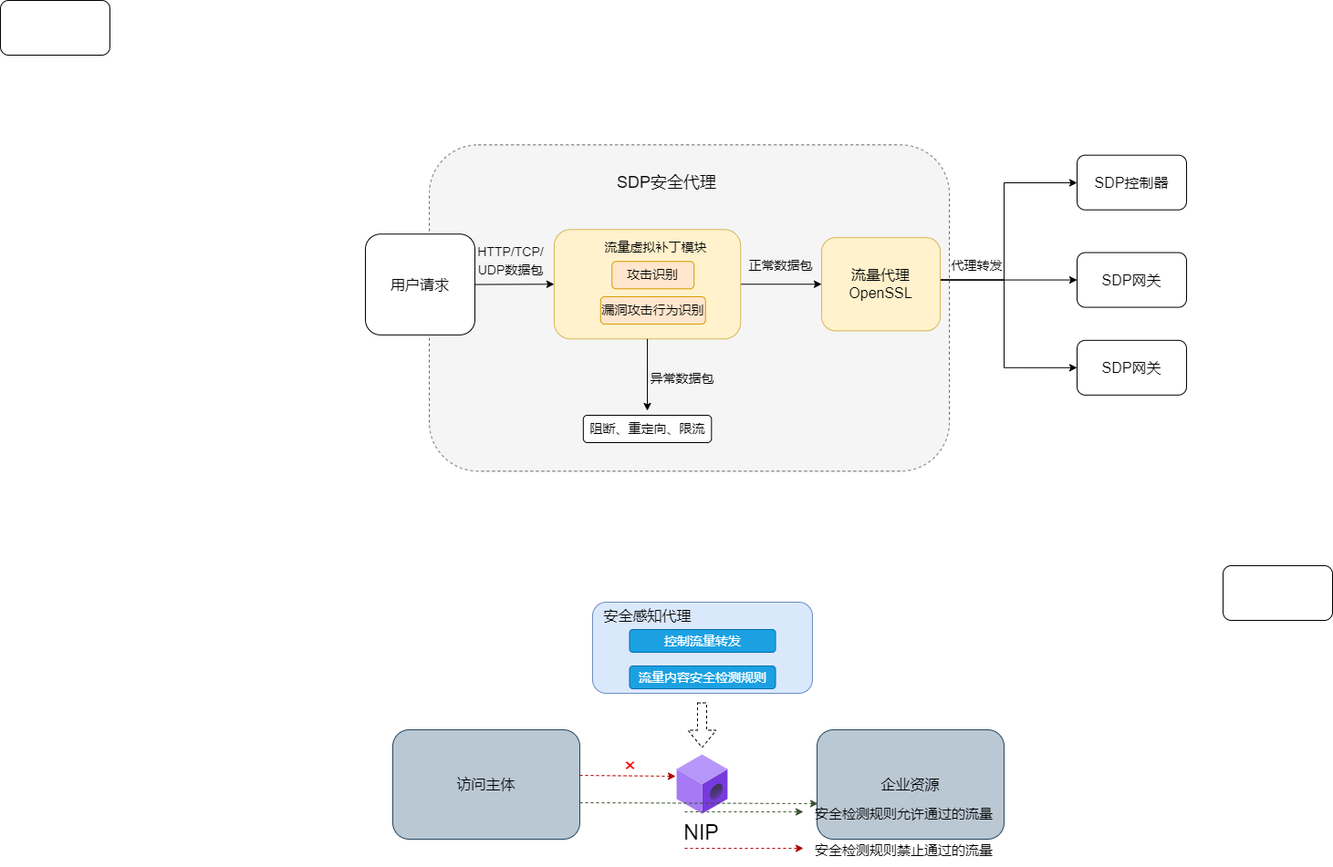
Above: testDirectory/虚拟补丁.drawio.png in Moose1273/- (draw.io), before the change. Source tidied: cells renumbered, new cells last; positions are measured from the earlier drawing's top-left corner, leaving out a move shared by most shapes.
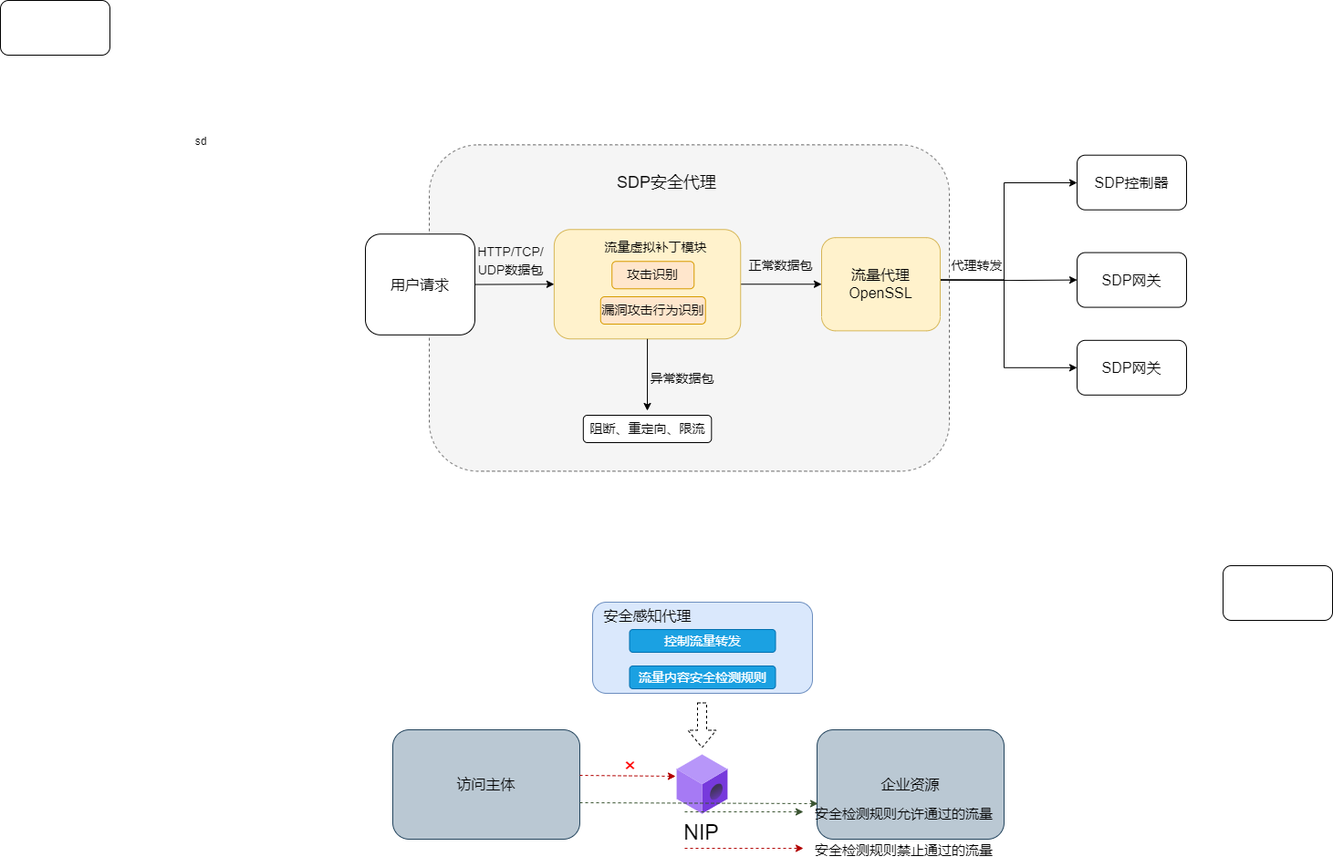
Later version of the same file.

Commit message:
更新虚拟补丁.drawio.png

What changed in the source:
```diff
@@ -152,5 +152,8 @@
     <mxCell id="41" value="&lt;font style=&quot;font-size: 14px;&quot;&gt;代理转发&lt;/font&gt;" style="text;html=1;align=center;verticalAlign=middle;strokeColor=none;fillColor=none;" parent="1" vertex="1">
       <mxGeometry x="1030" y="276.3" width="80" height="30" as="geometry" />
     </mxCell>
+    <mxCell id="42" value="sd" style="text;strokeColor=none;align=center;fillColor=none;html=1;verticalAlign=middle;whiteSpace=wrap;rounded=0;" parent="1" vertex="1">
+      <mxGeometry x="190" y="140" width="60" height="30" as="geometry" />
+    </mxCell>
   </root>
 </mxGraphModel>
```
